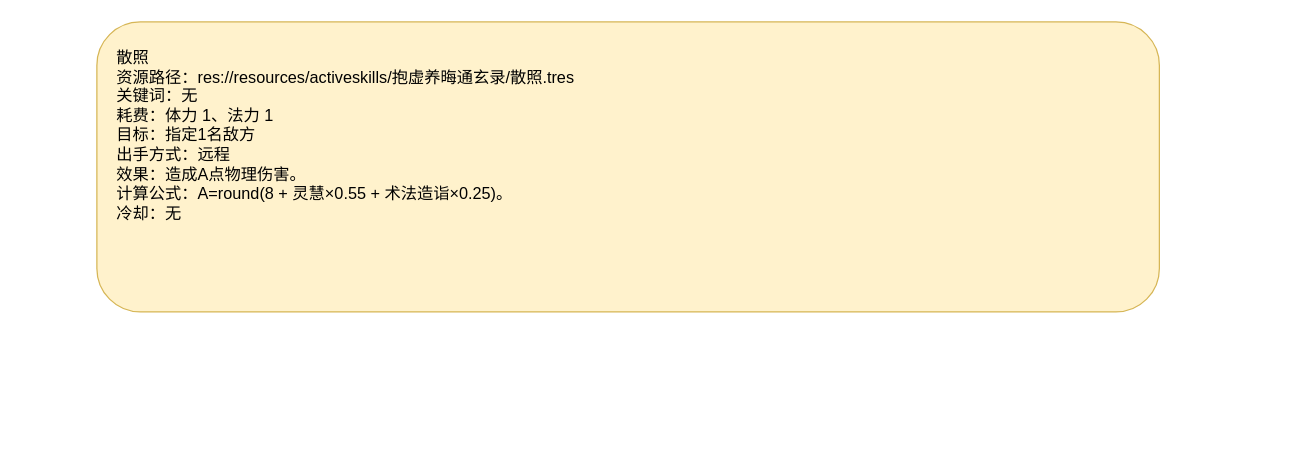
The draw.io diagram page "散照" (1 of 2) of docs/卡牌词典/秘籍技能/抱虚养晦通玄录/散照.drawio in ankundanetracyc-spec/tian-guan-you-du, before the edit. Source tidied: cells renumbered, new cells numbered last; positions are measured from the earlier drawing's top-left corner, leaving out a move shared by most shapes. Both pictures are drawn from the tidied source at 125%, with x=0, y=0 at pixel (96, 21).
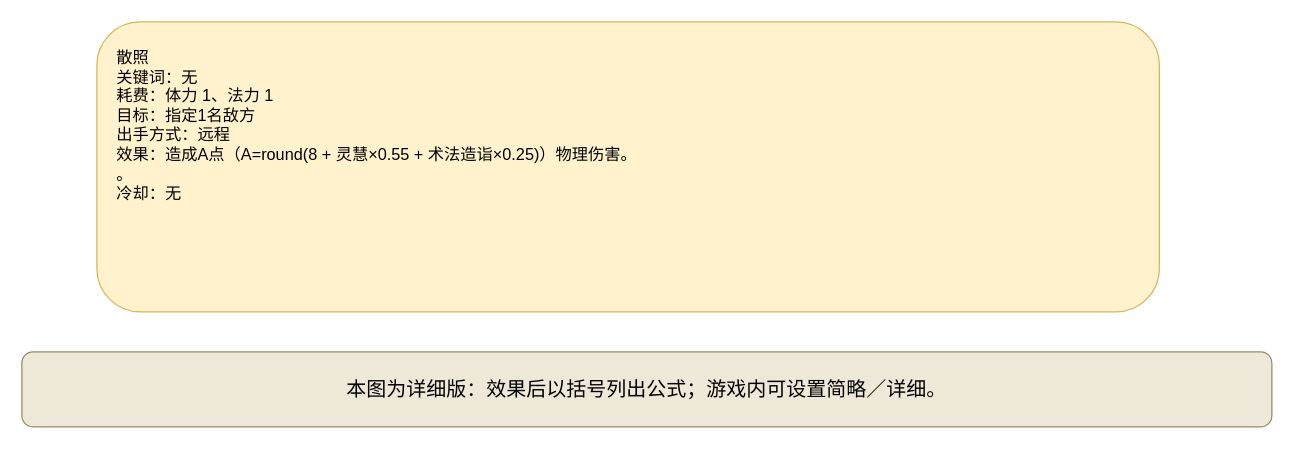
After the change.

Change to the diagram source:
```diff
@@
 <mxGraphModel>
   <root>
     <mxCell id="0" />
     <mxCell id="1" parent="0" />
-    <mxCell id="2" value="&lt;div style=&quot;text-align:left;&quot;&gt;散照&lt;br&gt;资源路径：res://resources/activeskills/抱虚养晦通玄录/散照.tres&lt;br&gt;关键词：无&lt;br&gt;耗费：体力 1、法力 1&lt;br&gt;目标：指定1名敌方&lt;br&gt;出手方式：远程&lt;br&gt;效果：造成A点物理伤害。&lt;br&gt;计算公式：A=round(8 + 灵慧×0.55 + 术法造诣×0.25)。&lt;br&gt;冷却：无&lt;/div&gt;" style="rounded=1;whiteSpace=wrap;html=1;fillColor=#fff2cc;strokeColor=#d6b656;fontSize=13;align=left;verticalAlign=top;spacing=16;" parent="1" vertex="1">
+    <mxCell id="2" value="散照&#10;关键词：无&#10;耗费：体力 1、法力 1&#10;目标：指定1名敌方&#10;出手方式：远程&#10;效果：造成A点（A=round(8 + 灵慧×0.55 + 术法造诣×0.25)）物理伤害。&#10;。&#10;冷却：无" style="rounded=1;whiteSpace=wrap;html=1;fillColor=#fff2cc;strokeColor=#d6b656;fontSize=13;align=left;verticalAlign=top;spacing=16;" parent="1" vertex="1">
       <mxGeometry width="850" height="232" as="geometry" />
     </mxCell>
+    <mxCell id="3" value="本图为详细版：效果后以括号列出公式；游戏内可设置简略／详细。" style="rounded=1;whiteSpace=wrap;html=1;fillColor=#eee8d8;strokeColor=#9a8967;fontSize=16;" parent="1" vertex="1">
+      <mxGeometry x="-60" y="264" width="1000" height="60" as="geometry" />
+    </mxCell>
   </root>
 </mxGraphModel>
```
